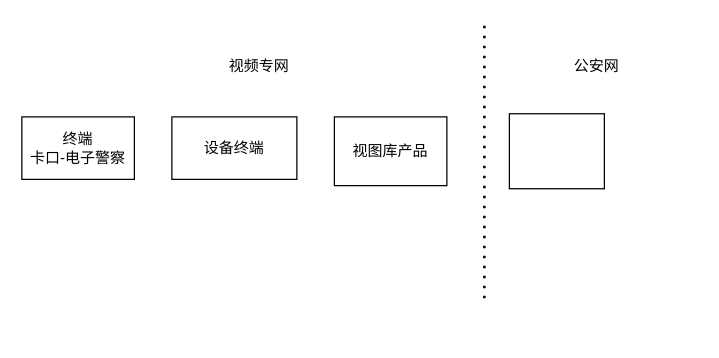
Earlier version of the draw.io diagram page "第 4 页" (4 of 4) of 烟台过车违法数据流图.drawio (bj-ehualu/drawio). Source tidied: cells renumbered, new cells numbered last; positions are measured from the earlier drawing's top-left corner, leaving out a move shared by most shapes. Both pictures are drawn from the tidied source at 125%, with x=0, y=0 at pixel (21, 22).
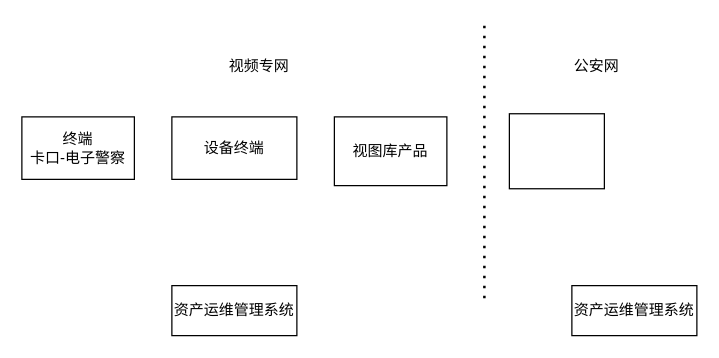
After the change.

Commit message:
更新烟台过车违法数据流图.drawio

What changed in the source:
```diff
@@
 <mxGraphModel>
   <root>
     <mxCell id="0" />
     <mxCell id="1" parent="0" />
     <mxCell id="2" value="终端&lt;div&gt;卡口-电子警察&lt;/div&gt;" style="rounded=0;whiteSpace=wrap;html=1;" parent="1" vertex="1">
       <mxGeometry y="75" width="90" height="50" as="geometry" />
     </mxCell>
     <mxCell id="3" value="设备终端" style="rounded=0;whiteSpace=wrap;html=1;" parent="1" vertex="1">
       <mxGeometry x="120" y="75" width="100" height="50" as="geometry" />
     </mxCell>
     <mxCell id="4" value="视图库产品" style="rounded=0;whiteSpace=wrap;html=1;" parent="1" vertex="1">
       <mxGeometry x="250" y="75" width="90" height="55" as="geometry" />
     </mxCell>
     <mxCell id="5" style="endArrow=none;dashed=1;html=1;dashPattern=1 3;strokeWidth=2;rounded=0;" parent="1" edge="1">
       <mxGeometry relative="1" as="geometry">
         <mxPoint x="370" y="220" as="sourcePoint" />
         <mxPoint x="370" as="targetPoint" />
       </mxGeometry>
     </mxCell>
     <mxCell id="6" style="rounded=0;whiteSpace=wrap;html=1;" parent="1" vertex="1">
       <mxGeometry x="390" y="72.5" width="76" height="60" as="geometry" />
     </mxCell>
     <mxCell id="7" value="公安网" style="text;html=1;align=center;verticalAlign=middle;whiteSpace=wrap;rounded=0;" parent="1" vertex="1">
       <mxGeometry x="430" y="20" width="60" height="30" as="geometry" />
     </mxCell>
     <mxCell id="8" value="视频专网" style="text;html=1;align=center;verticalAlign=middle;whiteSpace=wrap;rounded=0;" parent="1" vertex="1">
       <mxGeometry x="160" y="20" width="60" height="30" as="geometry" />
     </mxCell>
+    <mxCell id="9" value="资产运维管理系统" style="rounded=0;whiteSpace=wrap;html=1;" parent="1" vertex="1">
+      <mxGeometry x="120" y="210" width="100" height="40" as="geometry" />
+    </mxCell>
+    <mxCell id="10" value="资产运维管理系统" style="rounded=0;whiteSpace=wrap;html=1;" parent="1" vertex="1">
+      <mxGeometry x="440" y="210" width="100" height="40" as="geometry" />
+    </mxCell>
   </root>
 </mxGraphModel>
```
